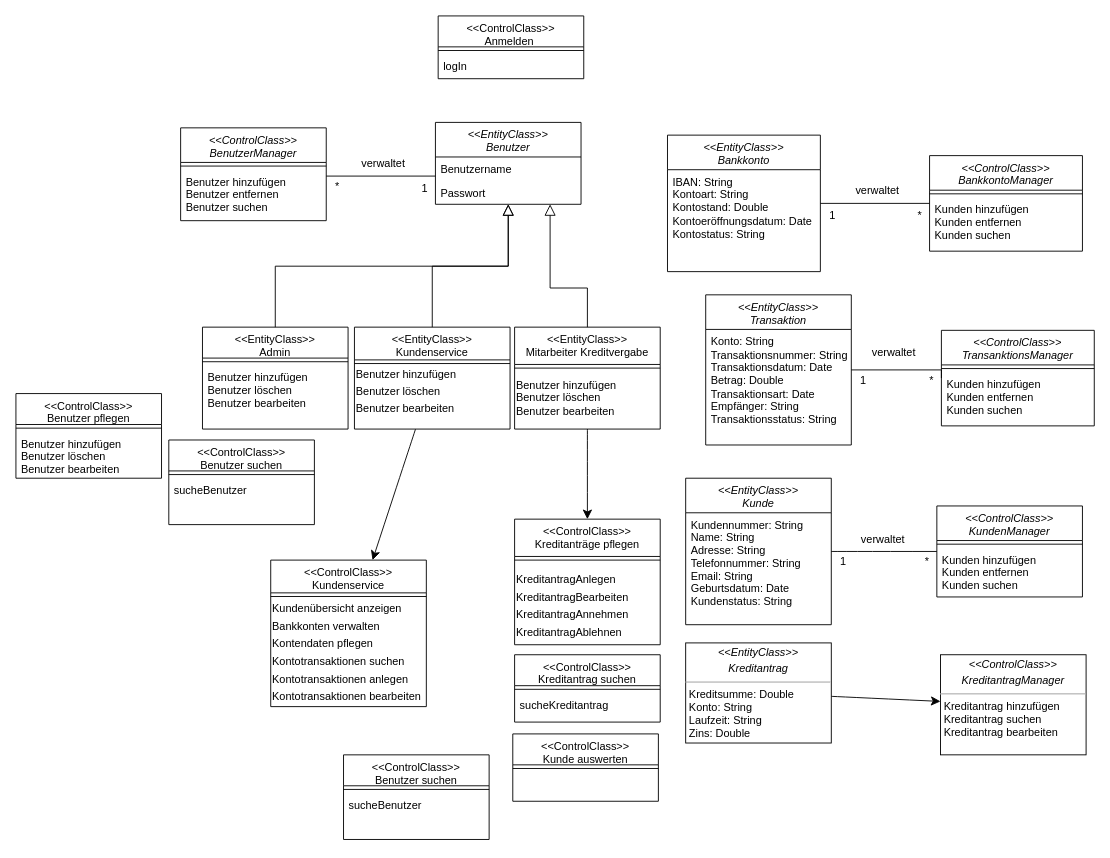
The draw.io diagram page "Technischer Entwurf" (5 of 5) of Datenmodell.drawio in JaSc2912/VerteilteAnwendungen, before the edit. Source tidied: cells renumbered, new cells numbered last; positions are measured from the earlier drawing's top-left corner, leaving out a move shared by most shapes. Both pictures are drawn from the tidied source at 91%, with x=0, y=0 at pixel (15, 15).
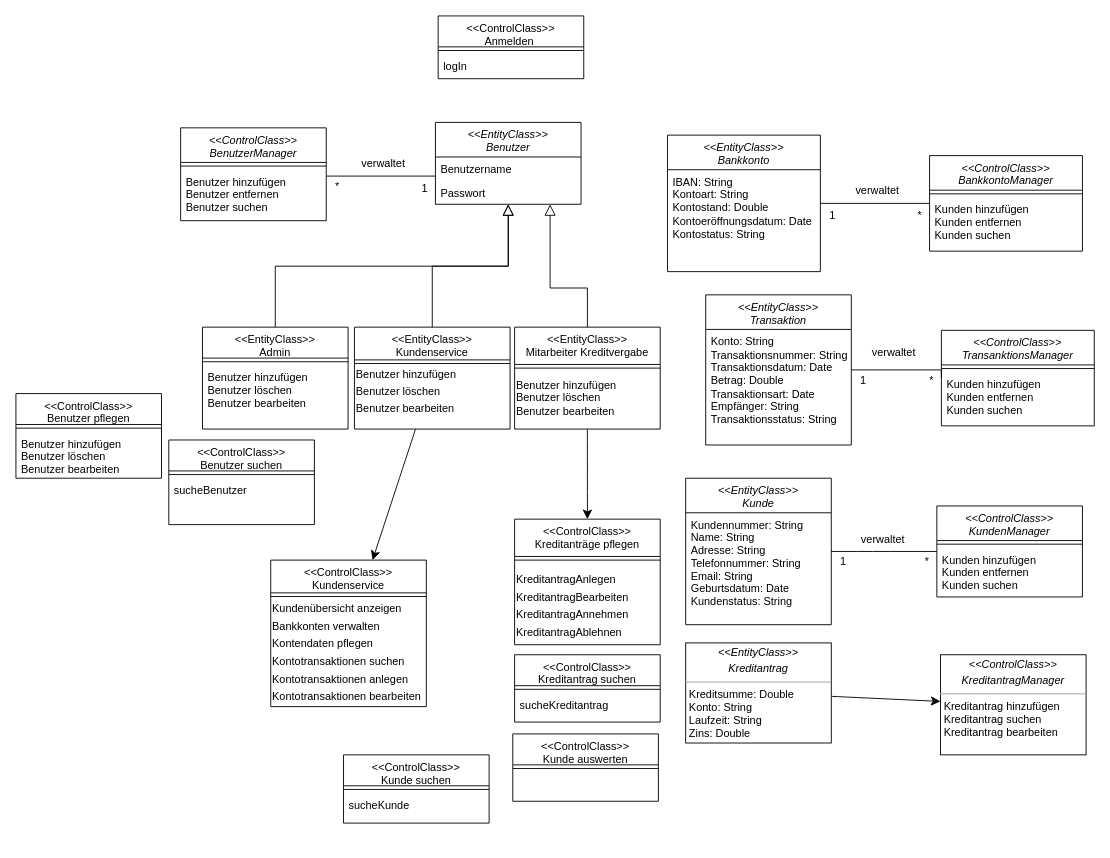
After the change.

Diff of the diagram source:
```diff
@@
-    <mxCell id="76" value="&lt;&lt;ControlClass&gt;&gt;&#10;Benutzer suchen" style="swimlane;fontStyle=0;align=center;verticalAlign=top;horizontal=1;startSize=34;rounded=0;shadow=0;strokeWidth=1;" parent="1" vertex="1">
-      <mxGeometry x="360" y="812" width="160" height="93" as="geometry" />
+    <mxCell id="76" value="&lt;&lt;ControlClass&gt;&gt;&#10;Kunde suchen" style="swimlane;fontStyle=0;align=center;verticalAlign=top;horizontal=1;startSize=34;rounded=0;shadow=0;strokeWidth=1;" parent="1" vertex="1">
+      <mxGeometry x="360" y="812" width="160" height="75" as="geometry" />
     </mxCell>
@@
-    <mxCell id="78" value="sucheBenutzer" style="text;align=left;verticalAlign=top;spacingLeft=4;spacingRight=4;overflow=hidden;fontStyle=0;" parent="76" vertex="1">
-      <mxGeometry y="42" width="160" height="51" as="geometry" />
+    <mxCell id="78" value="sucheKunde" style="text;align=left;verticalAlign=top;spacingLeft=4;spacingRight=4;overflow=hidden;fontStyle=0;" parent="76" vertex="1">
+      <mxGeometry y="42" width="160" height="33" as="geometry" />
     </mxCell>
```
